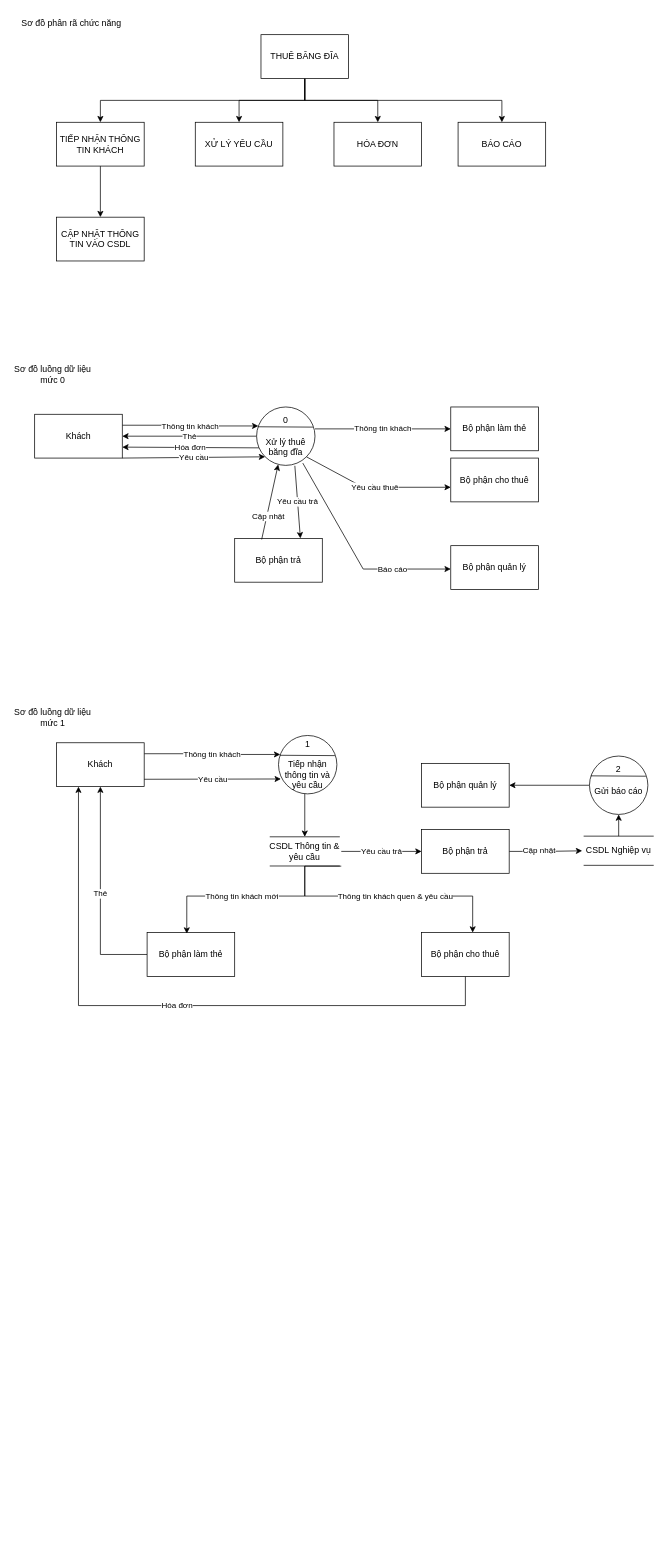
InfiniteByte1811/branch1 keeps this draw.io diagram as Biểu đồ không có tiêu đề 2.drawio. Above is the earlier version. Source tidied: cells renumbered, new cells numbered last; positions are measured from the earlier drawing's top-left corner, leaving out a move shared by most shapes. Both pictures are drawn from the tidied source at 73%, with x=0, y=0 at pixel (12, 12).
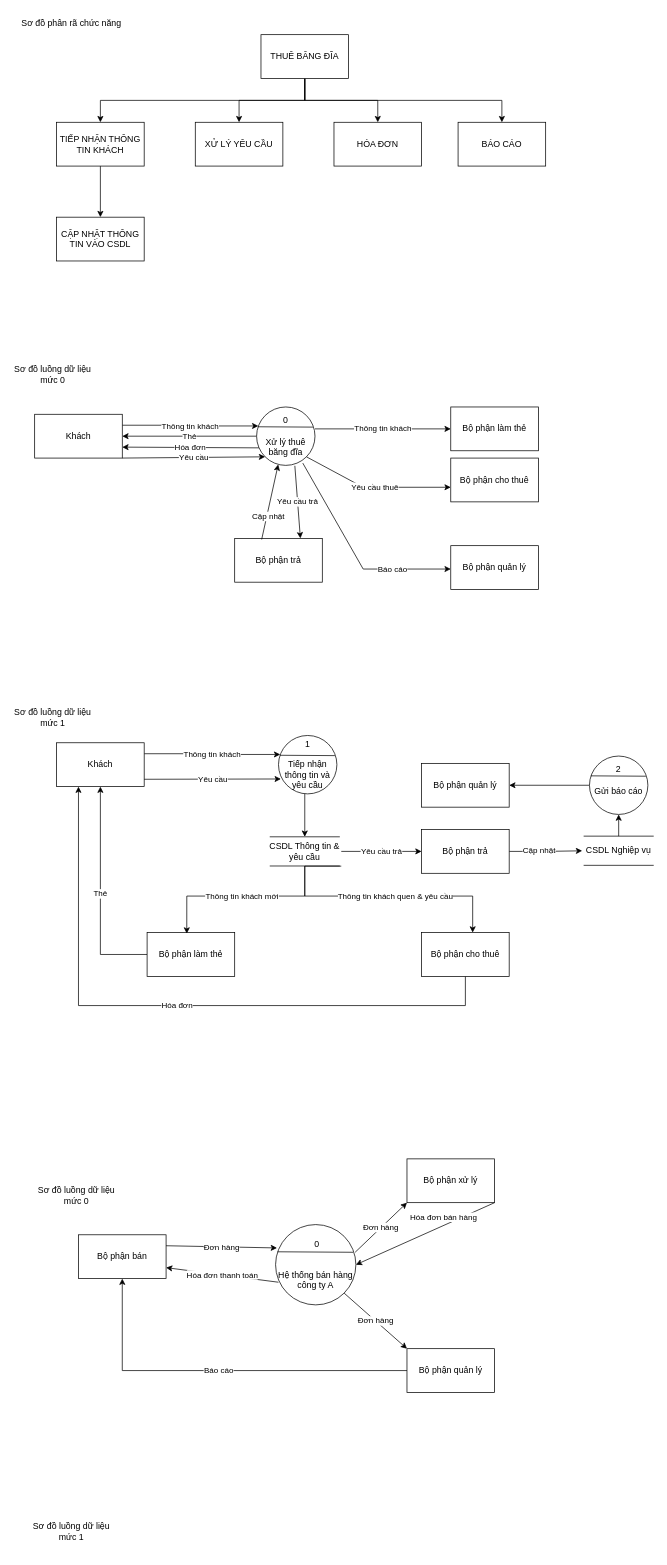
The same page after the edit.

Commit message:
Cập nhật Biểu đồ không có tiêu đề 2.drawio

Diff of the diagram source:
```diff
@@
+    <mxCell id="59" value="Sơ đồ luồng dữ liệu mức 0" style="text;html=1;strokeColor=none;fillColor=none;align=center;verticalAlign=middle;whiteSpace=wrap;rounded=0;" parent="1" vertex="1">
+      <mxGeometry x="25" y="1590" width="125" height="60" as="geometry" />
+    </mxCell>
+    <mxCell id="60" value="&amp;nbsp;0&lt;br&gt;&lt;br&gt;&lt;br&gt;Hệ thống bán hàng&lt;br&gt;công ty A&lt;br&gt;" style="ellipse;whiteSpace=wrap;html=1;" parent="1" vertex="1">
+      <mxGeometry x="360" y="1660" width="110" height="110" as="geometry" />
+    </mxCell>
+    <mxCell id="61" style="endArrow=none;html=1;rounded=0;entryX=0.965;entryY=0.345;entryDx=0;entryDy=0;entryPerimeter=0;exitX=0.024;exitY=0.339;exitDx=0;exitDy=0;exitPerimeter=0;" parent="1" edge="1" source="60" target="60">
+      <mxGeometry relative="1" as="geometry" />
+    </mxCell>
+    <mxCell id="62" value="Bộ phận bán" style="rounded=0;whiteSpace=wrap;html=1;" parent="1" vertex="1">
+      <mxGeometry x="90" y="1674" width="120" height="60" as="geometry" />
+    </mxCell>
+    <mxCell id="63" value="Đơn hàng" style="endArrow=classic;html=1;rounded=0;exitX=1;exitY=0.25;exitDx=0;exitDy=0;entryX=0.018;entryY=0.291;entryDx=0;entryDy=0;entryPerimeter=0;" parent="1" edge="1" source="62" target="60">
+      <mxGeometry relative="1" as="geometry" />
+    </mxCell>
+    <mxCell id="64" value="Đơn hàng" style="endArrow=classic;html=1;rounded=0;exitX=0.991;exitY=0.345;exitDx=0;exitDy=0;exitPerimeter=0;" parent="1" edge="1" source="60">
+      <mxGeometry relative="1" as="geometry">
+        <mxPoint x="540" y="1630" as="targetPoint" />
+      </mxGeometry>
+    </mxCell>
+    <mxCell id="65" value="Bộ phận xử lý" style="rounded=0;whiteSpace=wrap;html=1;" parent="1" vertex="1">
+      <mxGeometry x="540" y="1570" width="120" height="60" as="geometry" />
+    </mxCell>
+    <mxCell id="66" value="Báo cáo" style="edgeStyle=orthogonalEdgeStyle;rounded=0;jettySize=auto;html=1;entryX=0.5;entryY=1;entryDx=0;entryDy=0;" parent="1" edge="1" source="67" target="62">
+      <mxGeometry relative="1" as="geometry" />
+    </mxCell>
+    <mxCell id="67" value="Bộ phận quản lý" style="rounded=0;whiteSpace=wrap;html=1;" parent="1" vertex="1">
+      <mxGeometry x="540" y="1830" width="120" height="60" as="geometry" />
+    </mxCell>
+    <mxCell id="68" value="Đơn hàng" style="endArrow=classic;html=1;rounded=0;exitX=1;exitY=1;exitDx=0;exitDy=0;entryX=0;entryY=0;entryDx=0;entryDy=0;" parent="1" edge="1" source="60" target="67">
+      <mxGeometry relative="1" as="geometry" />
+    </mxCell>
+    <mxCell id="69" value="Hóa đơn bán hàng" style="endArrow=classic;html=1;rounded=0;exitX=1;exitY=1;exitDx=0;exitDy=0;entryX=1;entryY=0.5;entryDx=0;entryDy=0;" parent="1" edge="1" source="65" target="60">
+      <mxGeometry x="-0.31" y="-10" relative="1" as="geometry" />
+    </mxCell>
+    <mxCell id="70" value="Hóa đơn thanh toán" style="endArrow=classic;html=1;rounded=0;entryX=1;entryY=0.75;entryDx=0;entryDy=0;exitX=0.036;exitY=0.718;exitDx=0;exitDy=0;exitPerimeter=0;" parent="1" edge="1" source="60" target="62">
+      <mxGeometry relative="1" as="geometry" />
+    </mxCell>
+    <mxCell id="71" value="Sơ đồ luồng dữ liệu mức 1" style="text;html=1;strokeColor=none;fillColor=none;align=center;verticalAlign=middle;whiteSpace=wrap;rounded=0;" parent="1" vertex="1">
+      <mxGeometry x="17.5" y="2050" width="125" height="60" as="geometry" />
+    </mxCell>
```
